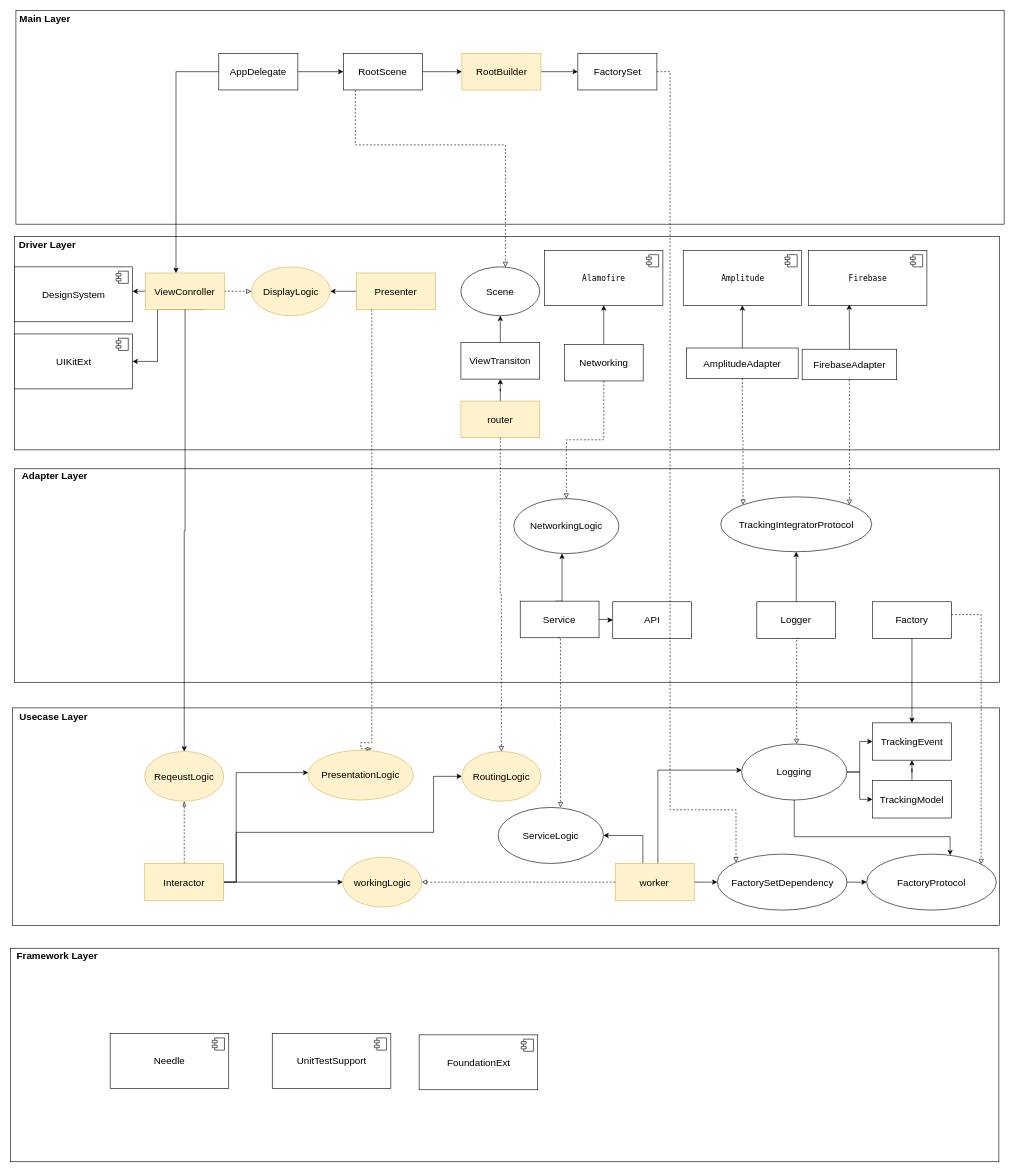
The draw.io diagram modularization.drawio in gookhee/diagrams, before the edit. Source tidied: cells renumbered, new cells numbered last; positions are measured from the earlier drawing's top-left corner, leaving out a move shared by most shapes. Both pictures are drawn from the tidied source at 61%, with x=0, y=0 at pixel (10, 10).
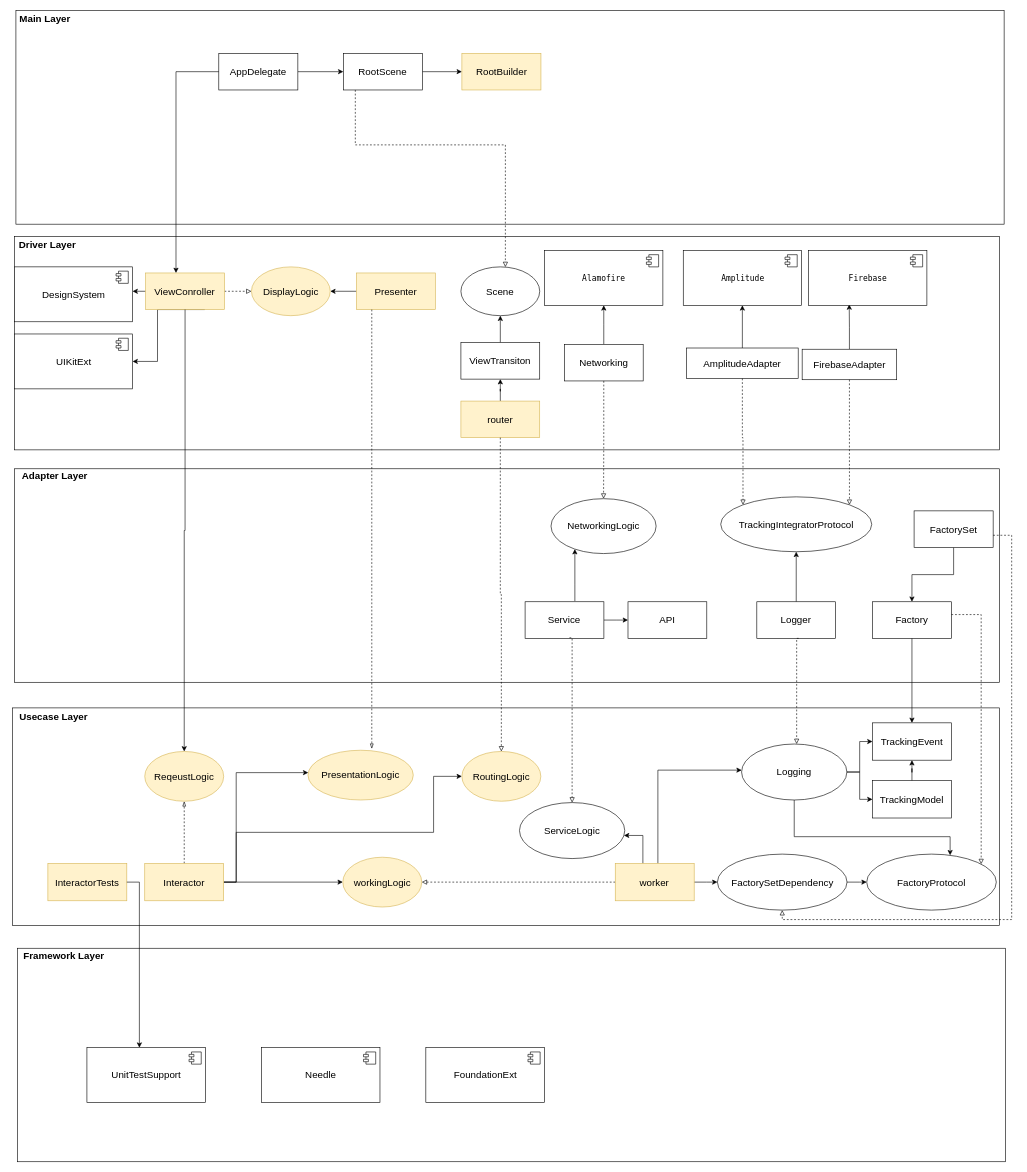
Above is the later version.

The change refers to these unchanged cells:
```xml
<mxCell id="2" style="group;" parent="1" vertex="1">
  <mxGeometry x="1" width="1620" height="350" as="geometry" />
</mxCell>
<mxCell id="8" value="RootBuilder" style="rounded=0;whiteSpace=wrap;html=1;fontSize=16;fillColor=#fff2cc;strokeColor=#d6b656;" parent="2" vertex="1">
  <mxGeometry x="738.7" y="70" width="129.6" height="60" as="geometry" />
</mxCell>
<mxCell id="29" value="Presenter" style="rounded=0;whiteSpace=wrap;html=1;fontSize=16;fillColor=#fff2cc;strokeColor=#d6b656;" parent="21" vertex="1">
  <mxGeometry x="560.9" y="60" width="129.2" height="60" as="geometry" />
</mxCell>
<mxCell id="52" style="group;dashed=1;" parent="1" vertex="1">
  <mxGeometry x="13" y="750" width="1615" height="350" as="geometry" />
</mxCell>
<mxCell id="58" value="Factory" style="rounded=0;whiteSpace=wrap;html=1;fontSize=16;" parent="52" vertex="1">
  <mxGeometry x="1399.9" y="219" width="129.2" height="60" as="geometry" />
</mxCell>
<mxCell id="64" style="group;" parent="1" vertex="1">
  <mxGeometry x="3" y="1143" width="1618" height="357" as="geometry" />
</mxCell>
<mxCell id="89" value="FactorySetDependency" style="ellipse;whiteSpace=wrap;html=1;fontSize=16;" parent="64" vertex="1">
  <mxGeometry x="1155.6" y="239.7" width="212.5" height="91.8" as="geometry" />
</mxCell>
```

What changed in the source:
```diff
@@
-    <mxCell id="7" style="edgeStyle=orthogonalEdgeStyle;rounded=0;jettySize=auto;html=1;fontSize=16;endArrow=classic;endFill=1;" parent="2" edge="1" source="8" target="11">
-      <mxGeometry relative="1" as="geometry" />
-    </mxCell>
@@
-    <mxCell id="11" value="FactorySet" style="rounded=0;whiteSpace=wrap;html=1;fontSize=16;" parent="2" vertex="1">
-      <mxGeometry x="928.8" y="70" width="129.6" height="60" as="geometry" />
-    </mxCell>
     <mxCell id="12" style="group;" parent="1" vertex="1">
-      <mxGeometry y="1537" width="1620" height="350" as="geometry" />
+      <mxGeometry x="11" y="1537" width="1620" height="350" as="geometry" />
     </mxCell>
@@
     <mxCell id="15" value="Needle" style="html=1;fontSize=16;" parent="12" vertex="1">
-      <mxGeometry x="163.1" y="140" width="194.4" height="90" as="geometry" />
+      <mxGeometry x="400" y="163" width="194.4" height="90" as="geometry" />
     </mxCell>
@@
     <mxCell id="17" value="UnitTestSupport" style="html=1;fontSize=16;" parent="12" vertex="1">
-      <mxGeometry x="428.8" y="140" width="194.4" height="90" as="geometry" />
+      <mxGeometry x="114" y="163" width="194.4" height="90" as="geometry" />
     </mxCell>
@@
     <mxCell id="19" value="FoundationExt" style="html=1;fontSize=16;" parent="12" vertex="1">
-      <mxGeometry x="669.6" y="142" width="194.4" height="90" as="geometry" />
+      <mxGeometry x="669.6" y="163" width="194.4" height="90" as="geometry" />
     </mxCell>
@@
-    <mxCell id="59" style="edgeStyle=orthogonalEdgeStyle;rounded=0;orthogonalLoop=1;jettySize=auto;html=1;fontSize=16;endArrow=classic;endFill=1;" parent="52" edge="1">
+    <mxCell id="59" style="edgeStyle=orthogonalEdgeStyle;rounded=0;jettySize=auto;html=1;fontSize=16;endArrow=classic;endFill=1;" parent="52" edge="1" target="62">
       <mxGeometry relative="1" as="geometry">
-        <mxPoint x="879.9" y="218" as="sourcePoint" />
-        <mxPoint x="890.9" y="140" as="targetPoint" />
+        <mxPoint x="911.9" y="218" as="sourcePoint" />
         <Array as="points">
-          <mxPoint x="891" y="218" />
+          <mxPoint x="912" y="190" />
+          <mxPoint x="912" y="190" />
         </Array>
       </mxGeometry>
     </mxCell>
@@
     <mxCell id="61" value="Service" style="rounded=0;whiteSpace=wrap;html=1;fontSize=16;" parent="52" vertex="1">
-      <mxGeometry x="822.3" y="218" width="129.2" height="60" as="geometry" />
+      <mxGeometry x="830.3" y="219" width="129.2" height="60" as="geometry" />
     </mxCell>
     <mxCell id="62" value="NetworkingLogic" style="ellipse;whiteSpace=wrap;html=1;fontSize=16;" parent="52" vertex="1">
-      <mxGeometry x="811.8" y="50" width="172.3" height="90" as="geometry" />
+      <mxGeometry x="872.8" y="50" width="172.3" height="90" as="geometry" />
     </mxCell>
     <mxCell id="63" value="API" style="rounded=0;whiteSpace=wrap;html=1;fontSize=16;" parent="52" vertex="1">
-      <mxGeometry x="974" y="219" width="129.2" height="60" as="geometry" />
+      <mxGeometry x="999" y="219" width="129.2" height="60" as="geometry" />
     </mxCell>
+    <mxCell id="105" style="edgeStyle=orthogonalEdgeStyle;rounded=0;jettySize=auto;html=1;fontSize=16;endArrow=classic;endFill=1;" parent="52" edge="1" source="11" target="58">
+      <mxGeometry relative="1" as="geometry" />
+    </mxCell>
+    <mxCell id="11" value="FactorySet" style="rounded=0;whiteSpace=wrap;html=1;fontSize=16;" parent="52" vertex="1">
+      <mxGeometry x="1468" y="70" width="129.6" height="60" as="geometry" />
+    </mxCell>
@@
     <mxCell id="91" value="ServiceLogic" style="ellipse;whiteSpace=wrap;html=1;fontSize=16;" parent="64" vertex="1">
-      <mxGeometry x="796.1" y="163.2" width="172.6" height="91.8" as="geometry" />
+      <mxGeometry x="831.1" y="155.2" width="172.6" height="91.8" as="geometry" />
     </mxCell>
+    <mxCell id="106" value="InteractorTests" style="rounded=0;whiteSpace=wrap;html=1;fontSize=16;fillColor=#fff2cc;strokeColor=#d6b656;" parent="64" vertex="1">
+      <mxGeometry x="58" y="255" width="129.4" height="61.2" as="geometry" />
+    </mxCell>
@@
     <mxCell id="94" style="edgeStyle=orthogonalEdgeStyle;rounded=0;jettySize=auto;html=1;fontSize=16;endArrow=blockThin;endFill=0;dashed=1;" parent="1" edge="1" source="29">
       <mxGeometry relative="1" as="geometry">
         <mxPoint x="592" y="1210" as="targetPoint" />
         <Array as="points">
           <mxPoint x="592" y="1200" />
-          <mxPoint x="574" y="1200" />
+          <mxPoint x="592" y="1200" />
         </Array>
       </mxGeometry>
     </mxCell>
@@
-    <mxCell id="101" style="edgeStyle=orthogonalEdgeStyle;rounded=0;jettySize=auto;html=1;fontSize=16;endArrow=block;endFill=0;entryX=0;entryY=0;entryDx=0;entryDy=0;dashed=1;" parent="1" edge="1" source="11" target="89">
+    <mxCell id="101" style="edgeStyle=orthogonalEdgeStyle;rounded=0;jettySize=auto;html=1;fontSize=16;endArrow=block;endFill=0;entryX=0.5;entryY=1;entryDx=0;entryDy=0;dashed=1;" parent="1" edge="1" source="11" target="89">
       <mxGeometry relative="1" as="geometry">
         <Array as="points">
-          <mxPoint x="1081" y="100" />
-          <mxPoint x="1081" y="1310" />
-          <mxPoint x="1189" y="1310" />
+          <mxPoint x="1641" y="860" />
+          <mxPoint x="1641" y="1490" />
+          <mxPoint x="1265" y="1490" />
         </Array>
       </mxGeometry>
     </mxCell>
@@
-    <mxCell id="103" style="edgeStyle=orthogonalEdgeStyle;rounded=0;orthogonalLoop=1;jettySize=auto;html=1;dashed=1;fontSize=16;endArrow=block;endFill=0;entryX=0.5;entryY=0;entryDx=0;entryDy=0;" parent="1" edge="1">
+    <mxCell id="103" style="edgeStyle=orthogonalEdgeStyle;rounded=0;jettySize=auto;html=1;dashed=1;fontSize=16;endArrow=block;endFill=0;entryX=0.5;entryY=0;entryDx=0;entryDy=0;" parent="1" edge="1" target="91">
       <mxGeometry relative="1" as="geometry">
-        <mxPoint x="897" y="1028" as="sourcePoint" />
-        <mxPoint x="901.3" y="1306.2" as="targetPoint" />
+        <mxPoint x="916" y="1028" as="sourcePoint" />
         <Array as="points">
-          <mxPoint x="901" y="1028" />
+          <mxPoint x="920" y="1028" />
         </Array>
       </mxGeometry>
     </mxCell>
@@
+    <mxCell id="107" style="edgeStyle=orthogonalEdgeStyle;rounded=0;jettySize=auto;html=1;fontSize=16;endArrow=classic;endFill=1;" parent="1" edge="1" source="106" target="17">
+      <mxGeometry relative="1" as="geometry">
+        <Array as="points">
+          <mxPoint x="211" y="1429" />
+        </Array>
+      </mxGeometry>
+    </mxCell>
```
